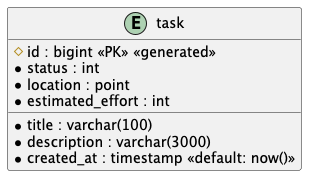
This is asciidocs/docs/datenmodell/datenmodell.png from 2425-3ahitm-itp/02-projekte-helpr, a PlantUML export, as it was before one commit. Its diagram source:
```plantuml
@startuml

entity "task" as task {
  # id : bigint <<PK>> <<generated>>
  * title : varchar(100)
  * description : varchar(3000)
  * status : int
  * location : point
  * estimated_effort : int
  * created_at : timestamp <<default: now()>>
}

@enduml
```
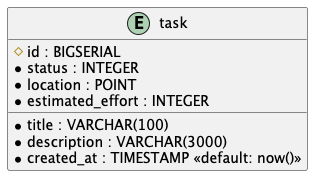
After the change.

Commit message:
refactor(datamodel): make datatypes all caps and make primary key a BIGSERIAL

Diff of the diagram source:
```diff
@@ -1,13 +1,13 @@
 @startuml
 
 entity "task" as task {
-  # id : bigint <<PK>> <<generated>>
-  * title : varchar(100)
-  * description : varchar(3000)
-  * status : int
-  * location : point
-  * estimated_effort : int
-  * created_at : timestamp <<default: now()>>
+  # id : BIGSERIAL
+  * title : VARCHAR(100)
+  * description : VARCHAR(3000)
+  * status : INTEGER
+  * location : POINT
+  * estimated_effort : INTEGER
+  * created_at : TIMESTAMP <<default: now()>>
 }
 
 @enduml
```
